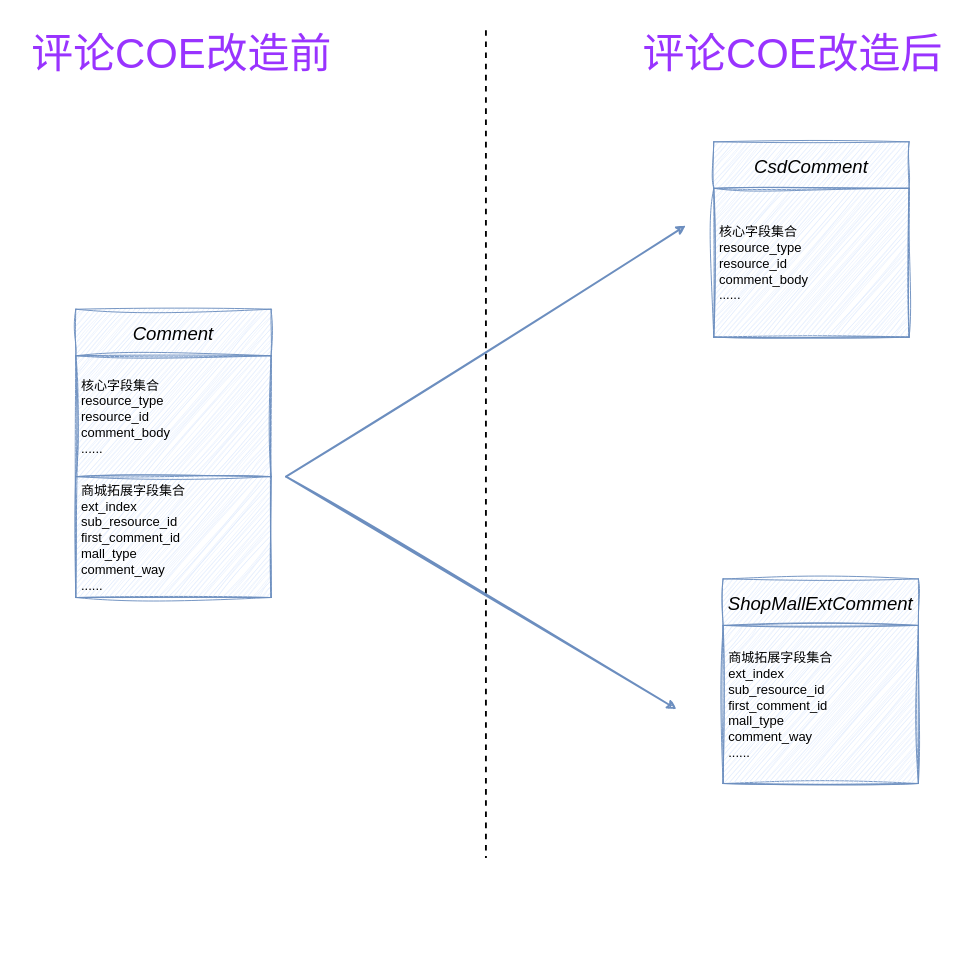
dimdark/my-drawio keeps this draw.io diagram as pictures/评论实体COE前后对比图.drawio. Above is the earlier version. Source tidied: cells renumbered, new cells numbered last; positions are measured from the earlier drawing's top-left corner, leaving out a move shared by most shapes. Both pictures are drawn from the tidied source at 93%, with x=0, y=0 at pixel (16, 16).
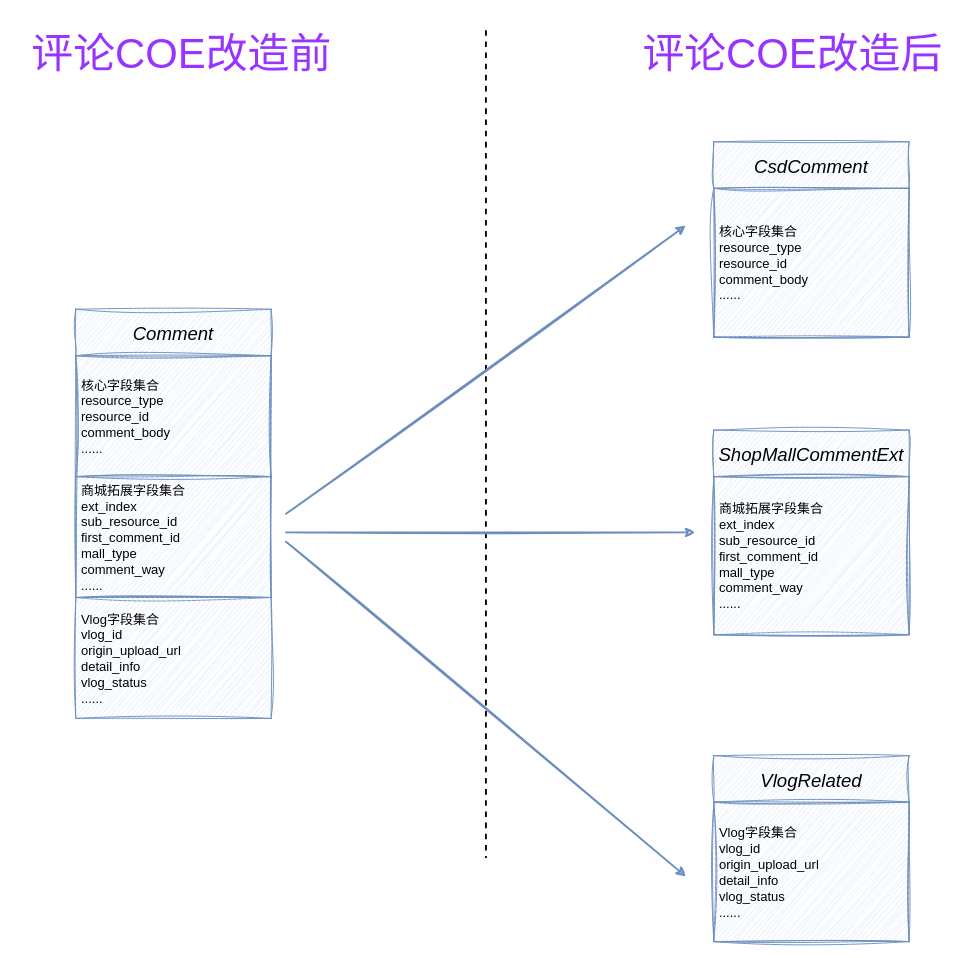
After the change.

Commit message:
更新评论实体COE前后对比图.drawio

What changed in the source:
```diff
@@
-    <mxCell id="7" value="ShopMallExtComment" style="swimlane;fontStyle=2;align=center;verticalAlign=middle;horizontal=1;startSize=50;rounded=0;shadow=0;strokeWidth=1;fillColor=#dae8fc;strokeColor=#6c8ebf;sketch=1;curveFitting=1;jiggle=2;fontSize=20;" parent="1" vertex="1">
-      <mxGeometry x="760" y="605" width="210" height="220" as="geometry" />
+    <mxCell id="7" value="ShopMallCommentExt" style="swimlane;fontStyle=2;align=center;verticalAlign=middle;horizontal=1;startSize=50;rounded=0;shadow=0;strokeWidth=1;fillColor=#dae8fc;strokeColor=#6c8ebf;sketch=1;curveFitting=1;jiggle=2;fontSize=20;" parent="1" vertex="1">
+      <mxGeometry x="750" y="445" width="210" height="220" as="geometry" />
     </mxCell>
@@
     <mxCell id="12" style="endArrow=classic;html=1;rounded=0;sketch=1;hachureGap=4;jiggle=2;curveFitting=1;fontFamily=Architects Daughter;fontSize=16;fillColor=#dae8fc;strokeColor=#6c8ebf;strokeWidth=2;" parent="1" edge="1">
       <mxGeometry relative="1" as="geometry">
-        <mxPoint x="290" y="495" as="sourcePoint" />
+        <mxPoint x="290" y="535" as="sourcePoint" />
         <mxPoint x="720" y="225" as="targetPoint" />
       </mxGeometry>
     </mxCell>
-    <mxCell id="13" style="endArrow=classic;html=1;rounded=0;sketch=1;hachureGap=4;jiggle=2;curveFitting=1;fontFamily=Architects Daughter;fontSize=16;fillColor=#dae8fc;strokeColor=#6c8ebf;strokeWidth=2;" parent="1" edge="1">
+    <mxCell id="13" style="endArrow=classic;html=1;rounded=0;sketch=1;hachureGap=4;jiggle=2;curveFitting=1;fontFamily=Architects Daughter;fontSize=16;fillColor=#dae8fc;strokeColor=#6c8ebf;strokeWidth=2;shadow=0;" parent="1" edge="1">
       <mxGeometry relative="1" as="geometry">
-        <mxPoint x="290" y="495" as="sourcePoint" />
-        <mxPoint x="710" y="745" as="targetPoint" />
+        <mxPoint x="290" y="565" as="sourcePoint" />
+        <mxPoint x="720" y="925" as="targetPoint" />
       </mxGeometry>
     </mxCell>
+    <mxCell id="14" value="Vlog字段集合&#10;vlog_id&#10;origin_upload_url&#10;detail_info&#10;vlog_status&#10;......" style="text;align=left;verticalAlign=middle;spacingLeft=4;spacingRight=4;overflow=hidden;fillColor=#dae8fc;strokeColor=#6c8ebf;sketch=1;curveFitting=1;jiggle=2;fontSize=14;" parent="1" vertex="1">
+      <mxGeometry x="64" y="625" width="210" height="130" as="geometry" />
+    </mxCell>
+    <mxCell id="15" value="VlogRelated" style="swimlane;fontStyle=2;align=center;verticalAlign=middle;horizontal=1;startSize=50;rounded=0;shadow=0;strokeWidth=1;fillColor=#dae8fc;strokeColor=#6c8ebf;sketch=1;curveFitting=1;jiggle=2;fontSize=20;" parent="1" vertex="1">
+      <mxGeometry x="750" y="795" width="210" height="200" as="geometry" />
+    </mxCell>
+    <mxCell id="16" value="Vlog字段集合&#10;vlog_id&#10;origin_upload_url&#10;detail_info&#10;vlog_status&#10;......" style="text;align=left;verticalAlign=middle;spacingLeft=4;spacingRight=4;overflow=hidden;fillColor=#dae8fc;strokeColor=#6c8ebf;sketch=1;curveFitting=1;jiggle=2;fontSize=14;" parent="15" vertex="1">
+      <mxGeometry y="50" width="210" height="150" as="geometry" />
+    </mxCell>
+    <mxCell id="17" style="endArrow=classic;html=1;rounded=0;sketch=1;hachureGap=4;jiggle=2;curveFitting=1;fontFamily=Architects Daughter;fontSize=16;fillColor=#dae8fc;strokeColor=#6c8ebf;strokeWidth=2;shadow=0;" parent="1" edge="1">
+      <mxGeometry relative="1" as="geometry">
+        <mxPoint x="290" y="555" as="sourcePoint" />
+        <mxPoint x="730" y="555" as="targetPoint" />
+      </mxGeometry>
+    </mxCell>
```
